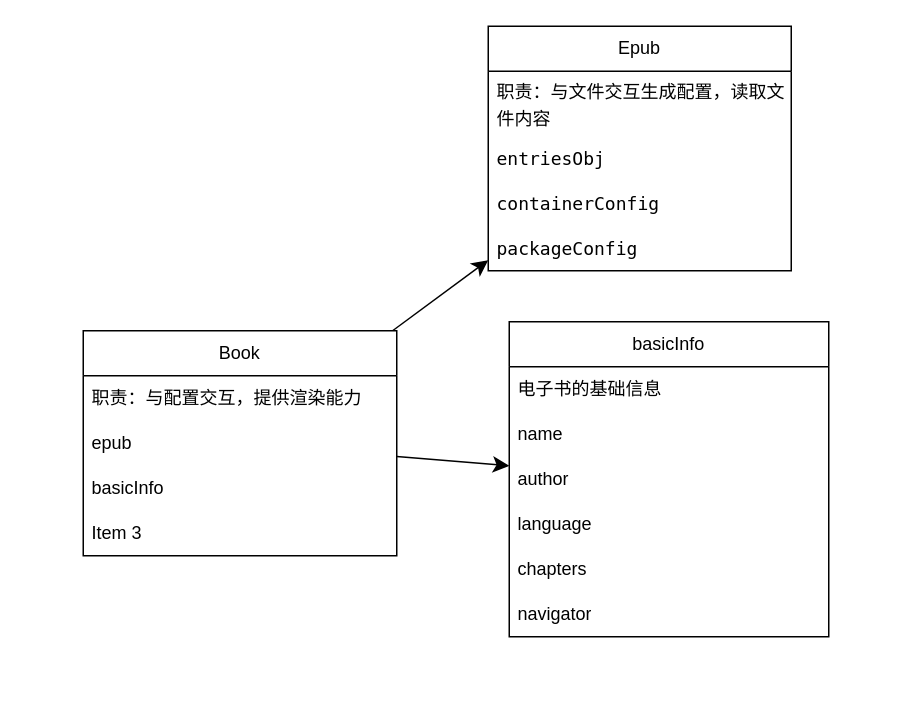
uniqie/epub-book keeps this draw.io diagram as page "第 2 页" (2 of 2) of flow.drawio. Above is the earlier version. Source tidied: cells renumbered, new cells numbered last; positions are measured from the earlier drawing's top-left corner, leaving out a move shared by most shapes. Both pictures are drawn from the tidied source at 150%, with x=0, y=0 at pixel (82, 26).
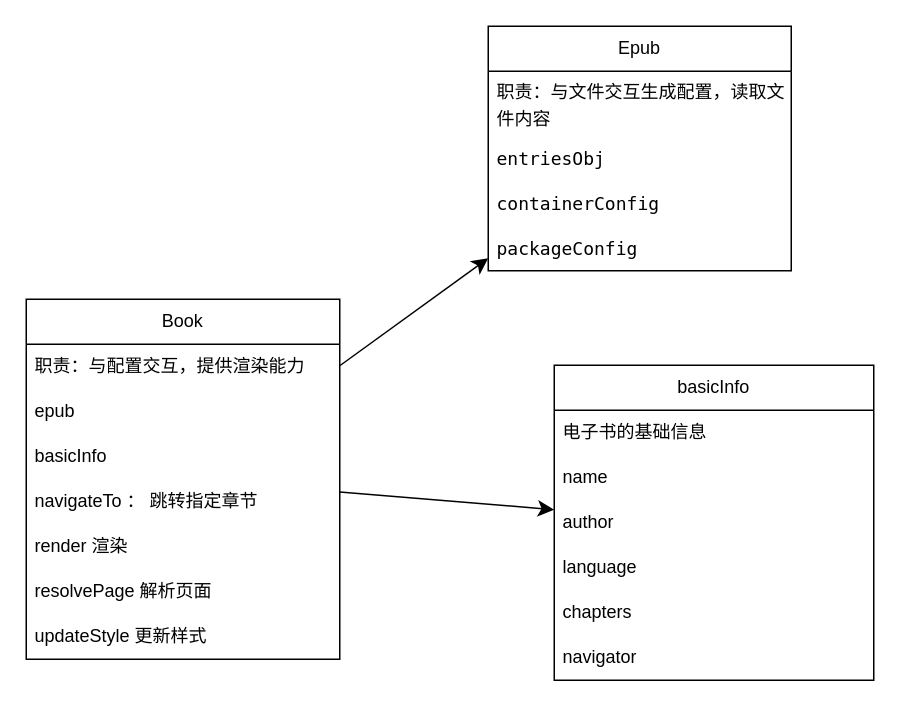
The same diagram, later.

The edit, as a diff of the source:
```diff
@@
     <mxCell id="4" value="Book" style="swimlane;fontStyle=0;horizontal=1;startSize=30;whiteSpace=wrap;html=1;" parent="1" vertex="1">
-      <mxGeometry y="203" width="209" height="150" as="geometry" />
+      <mxGeometry x="-38" y="182" width="209" height="240" as="geometry" />
     </mxCell>
@@
+    <mxCell id="21" value="navigateTo ： 跳转指定章节" style="text;strokeColor=none;fillColor=none;align=left;verticalAlign=middle;spacingLeft=4;spacingRight=4;overflow=hidden;whiteSpace=wrap;html=1;" parent="4" vertex="1">
+      <mxGeometry y="120" width="209" height="30" as="geometry" />
+    </mxCell>
+    <mxCell id="22" value="render 渲染" style="text;strokeColor=none;fillColor=none;align=left;verticalAlign=middle;spacingLeft=4;spacingRight=4;overflow=hidden;whiteSpace=wrap;html=1;" parent="4" vertex="1">
+      <mxGeometry y="150" width="209" height="30" as="geometry" />
+    </mxCell>
+    <mxCell id="23" value="resolvePage 解析页面" style="text;strokeColor=none;fillColor=none;align=left;verticalAlign=middle;spacingLeft=4;spacingRight=4;overflow=hidden;whiteSpace=wrap;html=1;" parent="4" vertex="1">
+      <mxGeometry y="180" width="209" height="30" as="geometry" />
+    </mxCell>
-    <mxCell id="8" value="Item 3" style="text;strokeColor=none;fillColor=none;align=left;verticalAlign=middle;spacingLeft=4;spacingRight=4;overflow=hidden;whiteSpace=wrap;html=1;" parent="4" vertex="1">
-      <mxGeometry y="120" width="209" height="30" as="geometry" />
+    <mxCell id="8" value="updateStyle 更新样式" style="text;strokeColor=none;fillColor=none;align=left;verticalAlign=middle;spacingLeft=4;spacingRight=4;overflow=hidden;whiteSpace=wrap;html=1;" parent="4" vertex="1">
+      <mxGeometry y="210" width="209" height="30" as="geometry" />
     </mxCell>
@@
     <mxCell id="14" value="basicInfo" style="swimlane;fontStyle=0;horizontal=1;startSize=30;whiteSpace=wrap;html=1;" parent="1" vertex="1">
-      <mxGeometry x="284" y="197" width="213" height="210" as="geometry" />
+      <mxGeometry x="314" y="226" width="213" height="210" as="geometry" />
     </mxCell>
```
